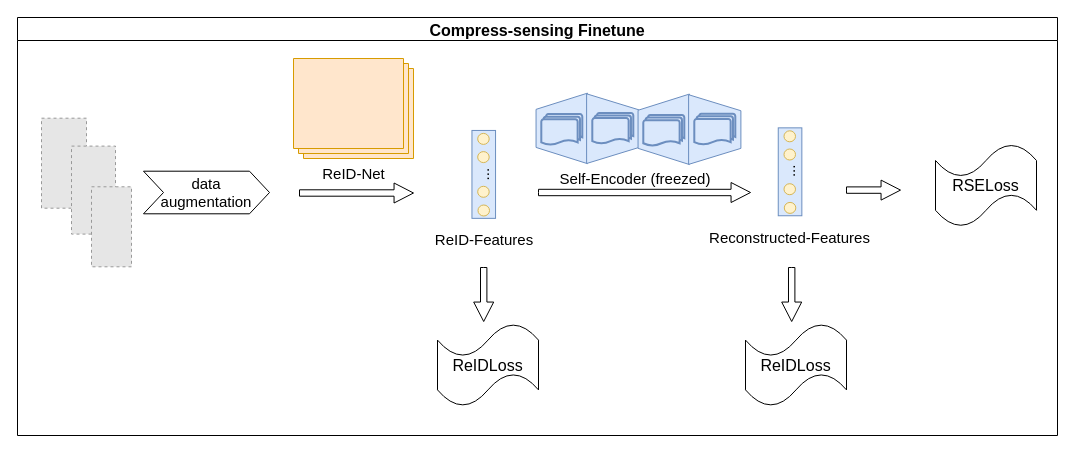
Wu-Xiang123/Hello-GItHub keeps this draw.io diagram as naic21.joint.drawio. Above is the earlier version. Source tidied: cells renumbered, new cells numbered last; positions are measured from the earlier drawing's top-left corner, leaving out a move shared by most shapes. Both pictures are drawn from the tidied source at 100%, with x=0, y=0 at pixel (17, 17). Pictures stored in the file or linked from it are replaced by grey dashed boxes.
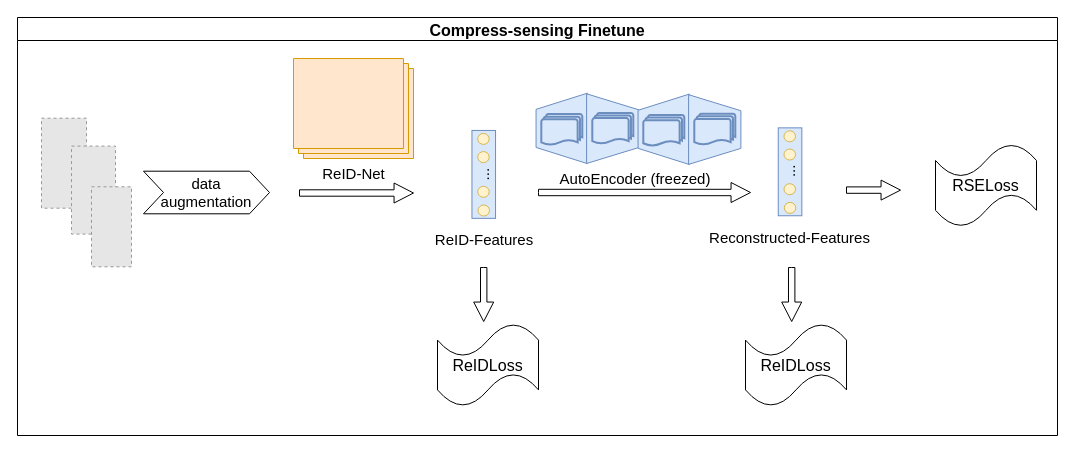
The same page after the edit.

Unchanged cells that the change refers to:
```xml
<mxCell id="2" value="Compress-sensing Finetune" style="swimlane;fontSize=16;" parent="1" vertex="1">
  <mxGeometry width="1040" height="418" as="geometry" />
</mxCell>
```

Diff of the diagram source:
```diff
@@
-    <mxCell id="25" value="&lt;font style=&quot;font-size: 15px; line-height: 1;&quot;&gt;Self-Encoder (freezed)&lt;br style=&quot;font-size: 15px;&quot;&gt;&lt;/font&gt;" style="text;html=1;align=center;verticalAlign=middle;whiteSpace=wrap;rounded=0;fontSize=15;" parent="2" vertex="1">
+    <mxCell id="25" value="&lt;font style=&quot;font-size: 15px; line-height: 1;&quot;&gt;AutoEncoder (freezed)&lt;br style=&quot;font-size: 15px;&quot;&gt;&lt;/font&gt;" style="text;html=1;align=center;verticalAlign=middle;whiteSpace=wrap;rounded=0;fontSize=15;" parent="2" vertex="1">
       <mxGeometry x="537" y="146" width="162.2" height="30" as="geometry" />
     </mxCell>
```
